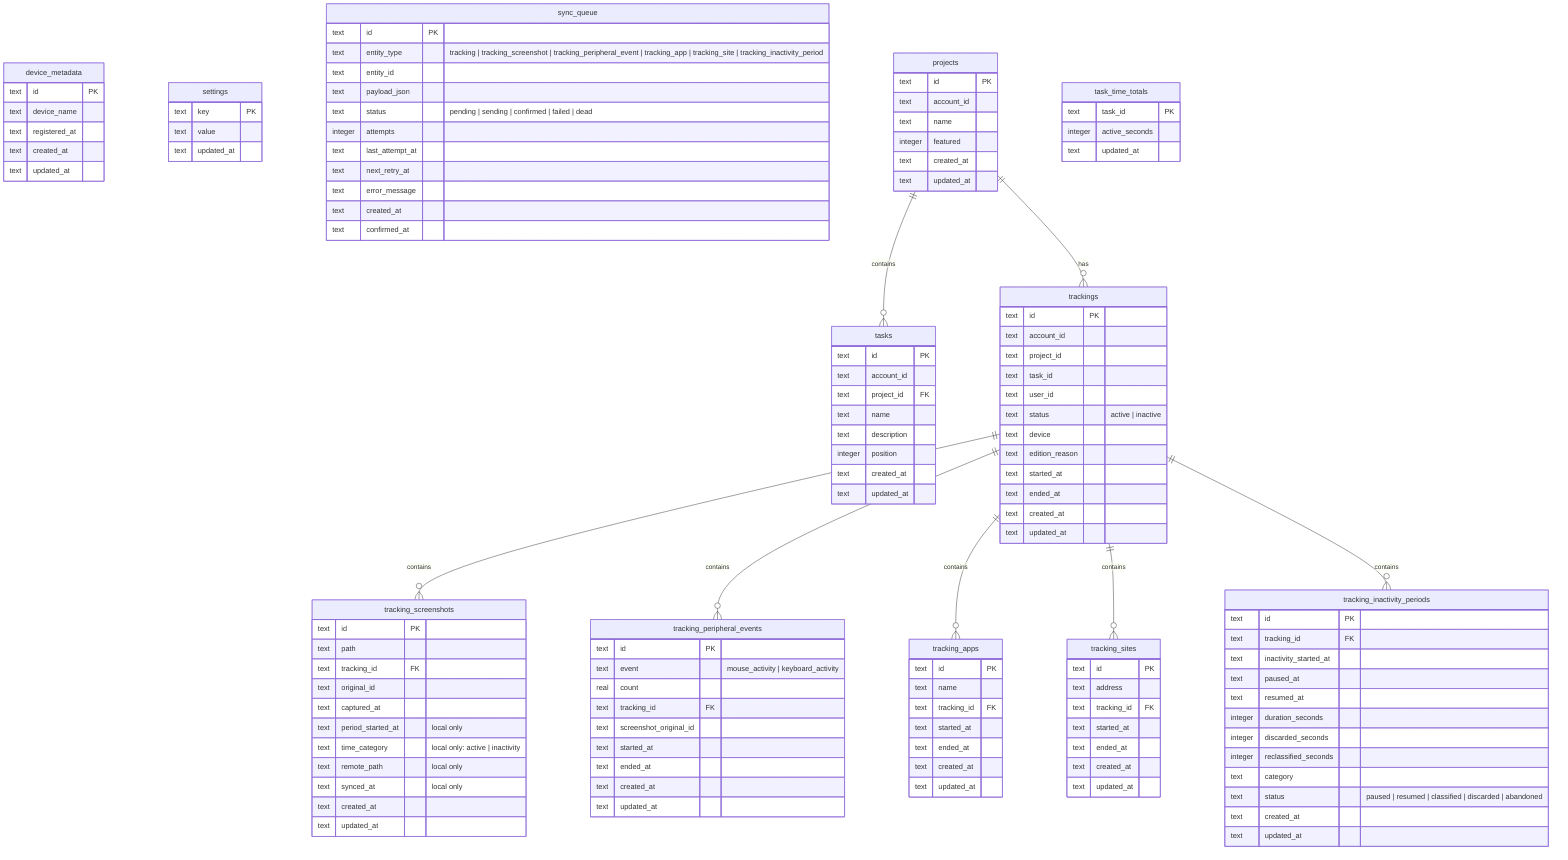
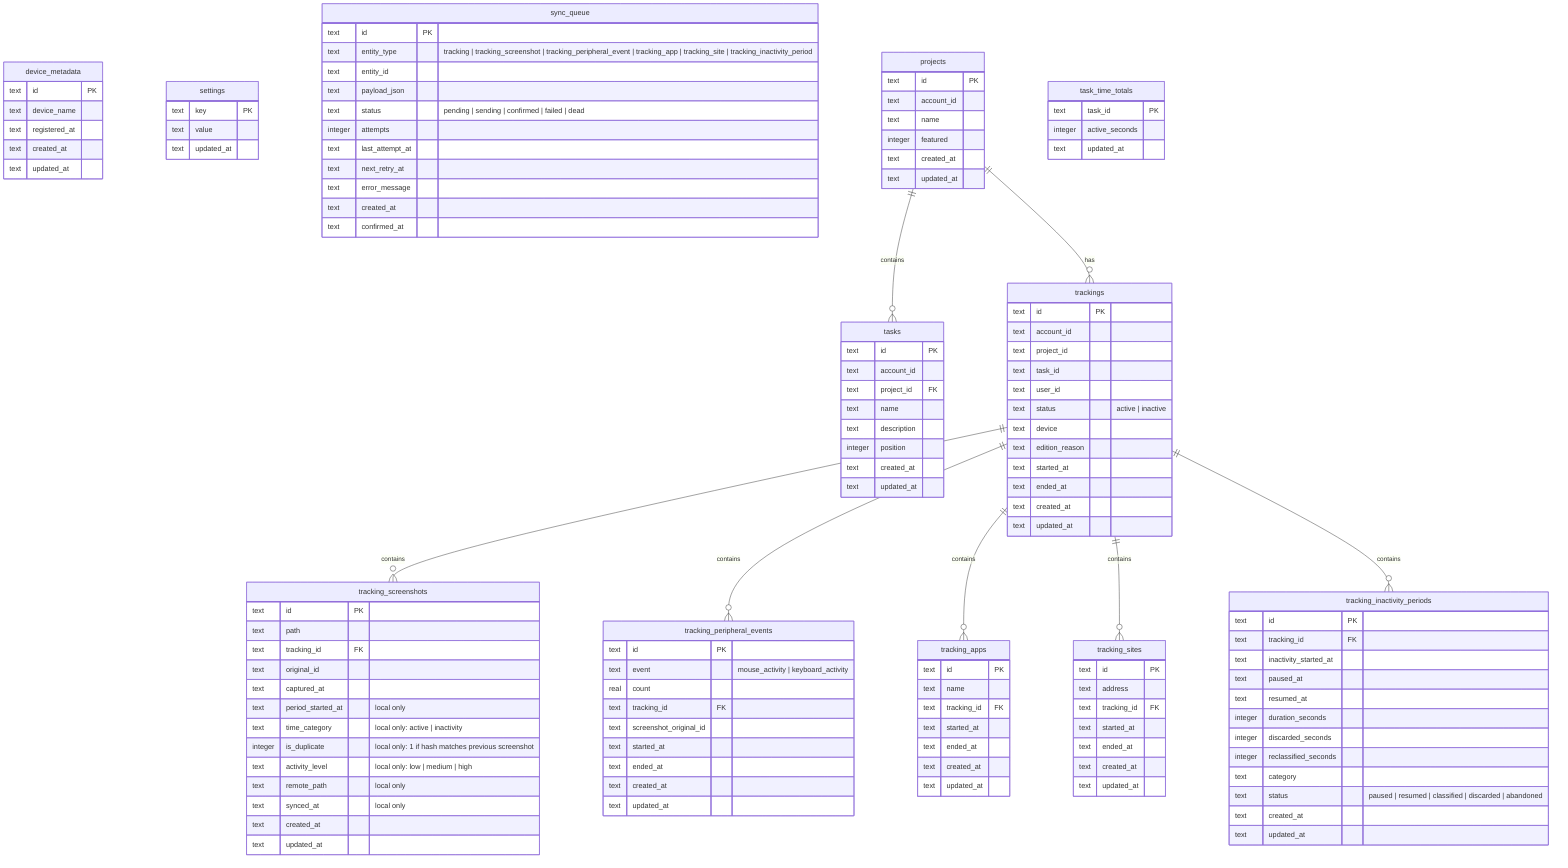
erDiagram
    %% ========================================================================
    %% voowork-desktop — SQLite local (offline-first)
    %% Domínio espelhado de voowork-backend/docs/db.mermaid + extensões locais
    %% ========================================================================

  device_metadata {
    text id PK
    text device_name
    text registered_at
    text created_at
    text updated_at
  }

  settings {
    text key PK
    text value
    text updated_at
  }

  sync_queue {
    text id PK
    text entity_type "tracking | tracking_screenshot | tracking_peripheral_event | tracking_app | tracking_site | tracking_inactivity_period"
    text entity_id
    text payload_json
    text status "pending | sending | confirmed | failed | dead"
    integer attempts
    text last_attempt_at
    text next_retry_at
    text error_message
    text created_at
    text confirmed_at
  }

  projects {
    text id PK
    text account_id
    text name
    integer featured
    text created_at
    text updated_at
  }

  tasks {
    text id PK
    text account_id
    text project_id FK
    text name
    text description
    integer position
    text created_at
    text updated_at
  }

  trackings {
    text id PK
    text account_id
    text project_id
    text task_id
    text user_id
    text status "active | inactive"
    text device
    text edition_reason
    text started_at
    text ended_at
    text created_at
    text updated_at
  }

  tracking_screenshots {
    text id PK
    text path
    text tracking_id FK
    text original_id
    text captured_at
    text period_started_at "local only"
    text time_category "local only: active | inactivity"
+     integer is_duplicate "local only: 1 if hash matches previous screenshot"
+     text activity_level "local only: low | medium | high"
    text remote_path "local only"
    text synced_at "local only"
    text created_at
    text updated_at
  }

  tracking_peripheral_events {
    text id PK
    text event "mouse_activity | keyboard_activity"
    real count
    text tracking_id FK
    text screenshot_original_id
    text started_at
    text ended_at
    text created_at
    text updated_at
  }

  tracking_apps {
    text id PK
    text name
    text tracking_id FK
    text started_at
    text ended_at
    text created_at
    text updated_at
  }

  tracking_sites {
    text id PK
    text address
    text tracking_id FK
    text started_at
    text ended_at
    text created_at
    text updated_at
  }

  tracking_inactivity_periods {
    text id PK
    text tracking_id FK
    text inactivity_started_at
    text paused_at
    text resumed_at
    integer duration_seconds
    integer discarded_seconds
    integer reclassified_seconds
    text category
    text status "paused | resumed | classified | discarded | abandoned"
    text created_at
    text updated_at
  }

  task_time_totals {
    text task_id PK
    integer active_seconds
    text updated_at
  }

  trackings ||--o{ tracking_screenshots : contains
  trackings ||--o{ tracking_peripheral_events : contains
  trackings ||--o{ tracking_apps : contains
  trackings ||--o{ tracking_sites : contains
  trackings ||--o{ tracking_inactivity_periods : contains
  projects ||--o{ tasks : contains
  projects ||--o{ trackings : has
